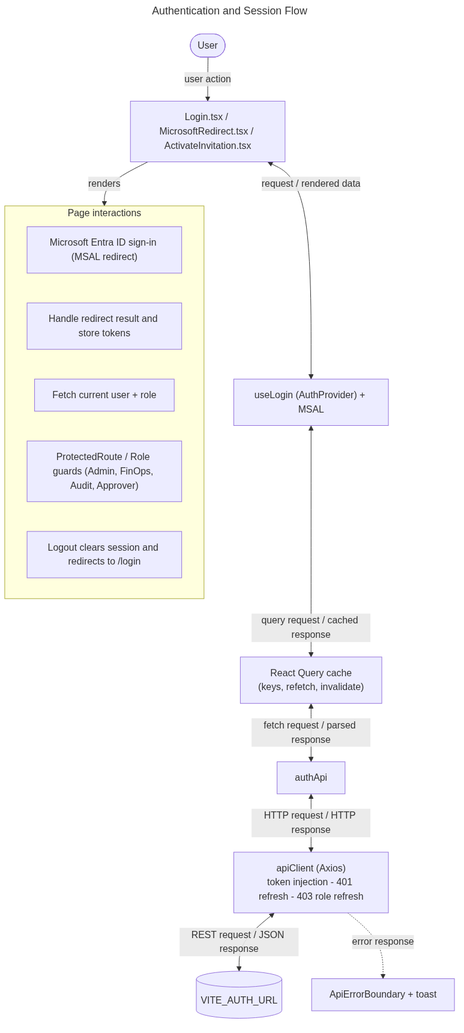
This is docs/flowcharts/png/auth.png from sayeeduddinofficial/user-table-view, a Mermaid export, as it was before one commit. Its source is kept beside it as docs/flowcharts/auth.mmd. The source it was exported from:
```mermaid
---
title: Authentication and Session Flow
---
flowchart TD
  U([User]) -->|"user action"| P["Login.tsx / MicrosoftRedirect.tsx / ActivateInvitation.tsx"]
  P <-->|"request / rendered data"| H["useLogin (AuthProvider) + MSAL"]
  H <-->|"query request / cached response"| Q["React Query cache<br/>(keys, refetch, invalidate)"]
  Q <-->|"fetch request / parsed response"| A["authApi"]
  A <-->|"HTTP request / HTTP response"| C["apiClient (Axios)<br/>token injection - 401 refresh - 403 role refresh"]
  C <-->|"REST request / JSON response"| S[("VITE_AUTH_URL")]
  P -->|"renders"| UI
  subgraph UI[Page interactions]
    S0["Microsoft Entra ID sign-in (MSAL redirect)"]
    S1["Handle redirect result and store tokens"]
    S2["Fetch current user + role"]
    S3["ProtectedRoute / Role guards (Admin, FinOps, Audit, Approver)"]
    S4["Logout clears session and redirects to /login"]
  end
  C -. "error response" .-> E["ApiErrorBoundary + toast"]
```
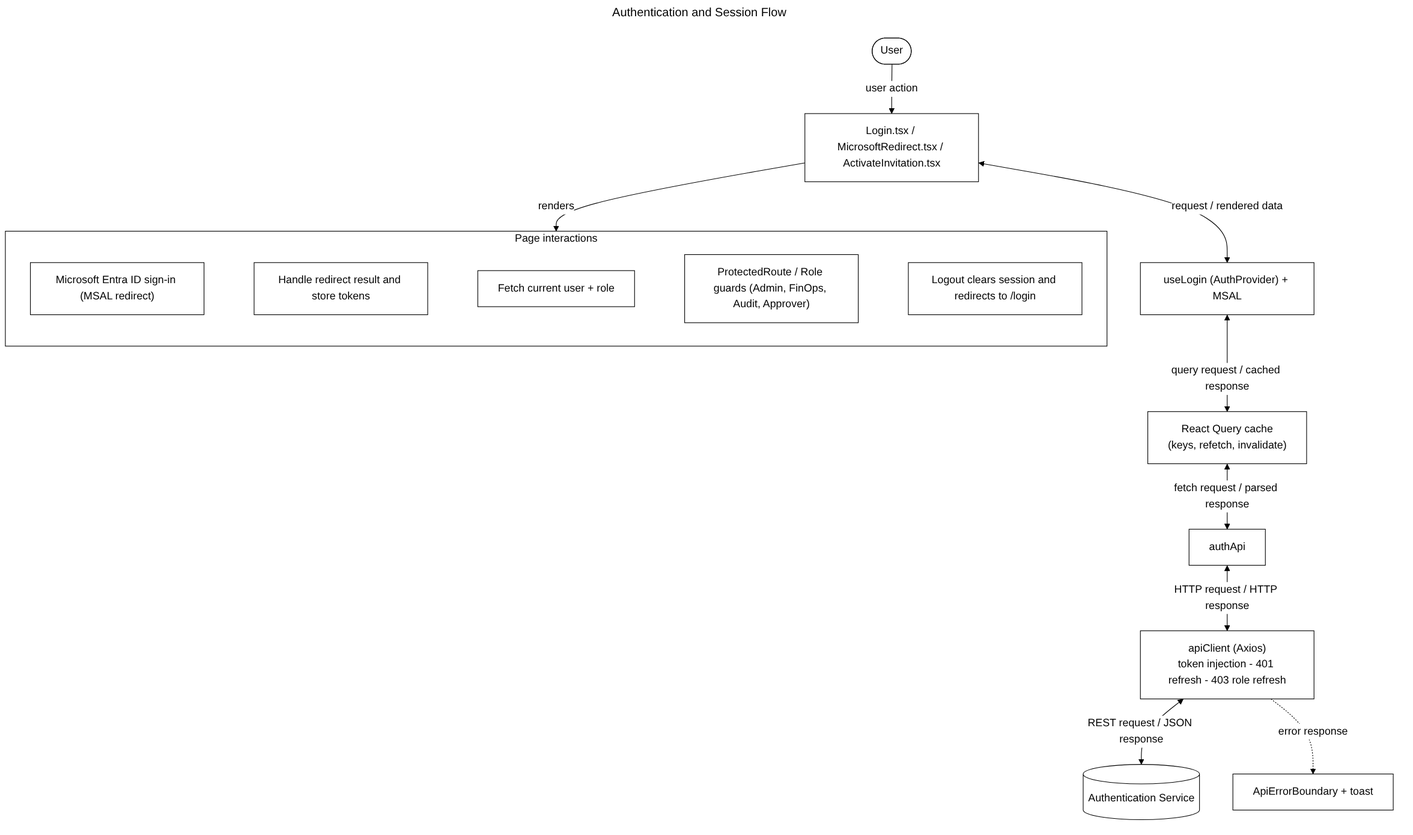
Later version of the same file.

Diff of the diagram source:
```diff
@@ -7,13 +7,15 @@
   H <-->|"query request / cached response"| Q["React Query cache<br/>(keys, refetch, invalidate)"]
   Q <-->|"fetch request / parsed response"| A["authApi"]
   A <-->|"HTTP request / HTTP response"| C["apiClient (Axios)<br/>token injection - 401 refresh - 403 role refresh"]
-  C <-->|"REST request / JSON response"| S[("VITE_AUTH_URL")]
+  C <-->|"REST request / JSON response"| S[("Authentication Service")]
   P -->|"renders"| UI
   subgraph UI[Page interactions]
+    direction LR
     S0["Microsoft Entra ID sign-in (MSAL redirect)"]
     S1["Handle redirect result and store tokens"]
     S2["Fetch current user + role"]
     S3["ProtectedRoute / Role guards (Admin, FinOps, Audit, Approver)"]
     S4["Logout clears session and redirects to /login"]
+    S0 ~~~ S1 ~~~ S2 ~~~ S3 ~~~ S4
   end
   C -. "error response" .-> E["ApiErrorBoundary + toast"]
```
